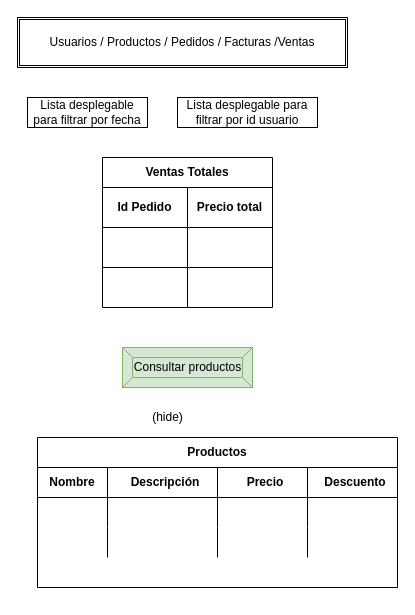
This is page "VentasAdmin" (6 of 9) of ListaCompra.drawio from katacliny/practica, a draw.io file, before an edit. Source tidied: cells renumbered, new cells numbered last; positions are measured from the earlier drawing's top-left corner, leaving out a move shared by most shapes. Both pictures are drawn from the tidied source at 100%, with x=0, y=0 at pixel (17, 17).
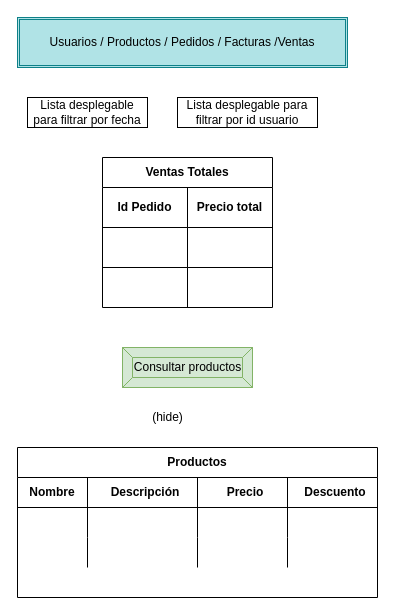
Above is the later version.

The edit, as a diff of the source:
```diff
@@
     <mxCell id="15" value="Productos" style="shape=table;html=1;whiteSpace=wrap;startSize=30;childLayout=tableLayout;rowLines=0;fontStyle=1;align=center;" parent="1" vertex="1">
-      <mxGeometry x="20" y="420" width="360" height="150" as="geometry" />
+      <mxGeometry y="430" width="360" height="150" as="geometry" />
     </mxCell>
@@
-    <mxCell id="32" value="Usuarios / Productos / Pedidos / Facturas /Ventas" style="shape=ext;double=1;rounded=0;whiteSpace=wrap;html=1;" parent="1" vertex="1">
+    <mxCell id="32" value="Usuarios / Productos / Pedidos / Facturas /Ventas" style="shape=ext;double=1;rounded=0;whiteSpace=wrap;html=1;fillColor=#b0e3e6;strokeColor=#0e8088;" parent="1" vertex="1">
       <mxGeometry width="330" height="50" as="geometry" />
     </mxCell>
```
